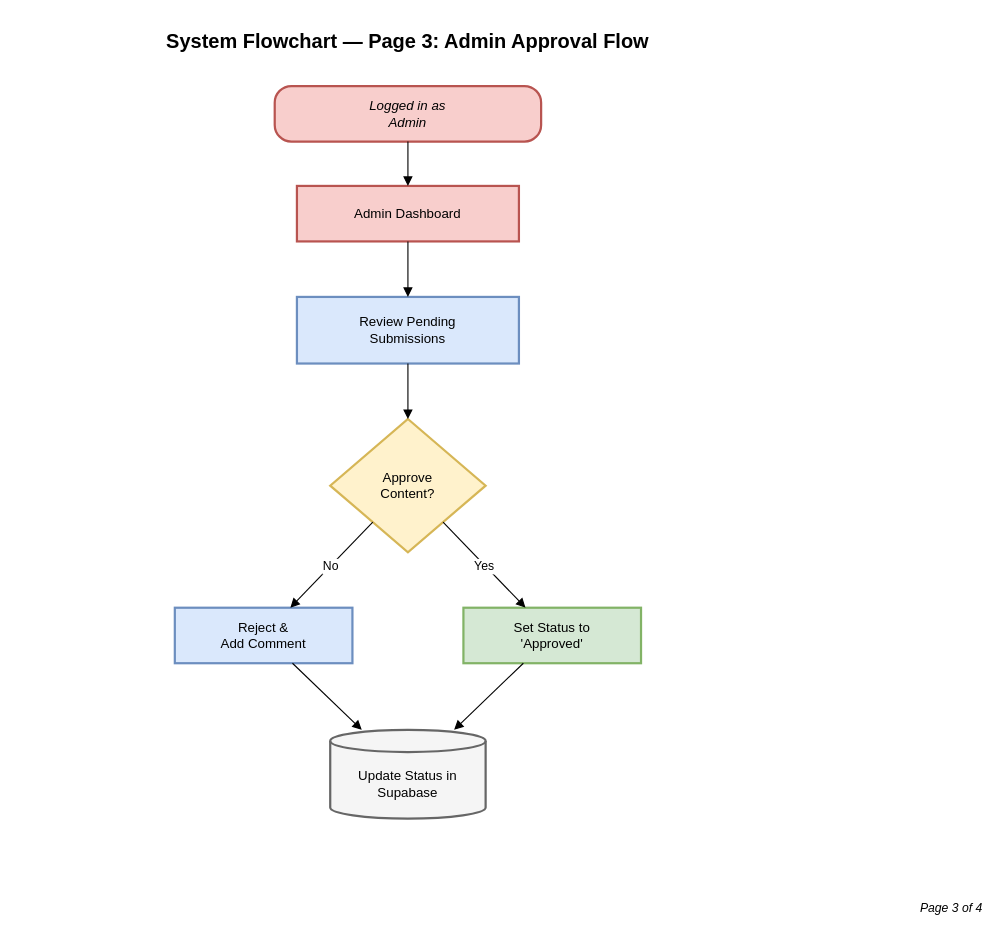
jemhakdog/Interactive-Digital-Cultural-Map-and-Local-Tourism-Information-system-for-Mangatarem--Pangasinan keeps this draw.io diagram as page "Page 3 - Admin Approval Flow" (3 of 4) of docs/diagrams/flowchart_ppt.drawio. Above is the earlier version. Source tidied: cells renumbered, new cells numbered last; positions are measured from the earlier drawing's top-left corner, leaving out a move shared by most shapes. Both pictures are drawn from the tidied source at 111%, with x=0, y=0 at pixel (19, 19).
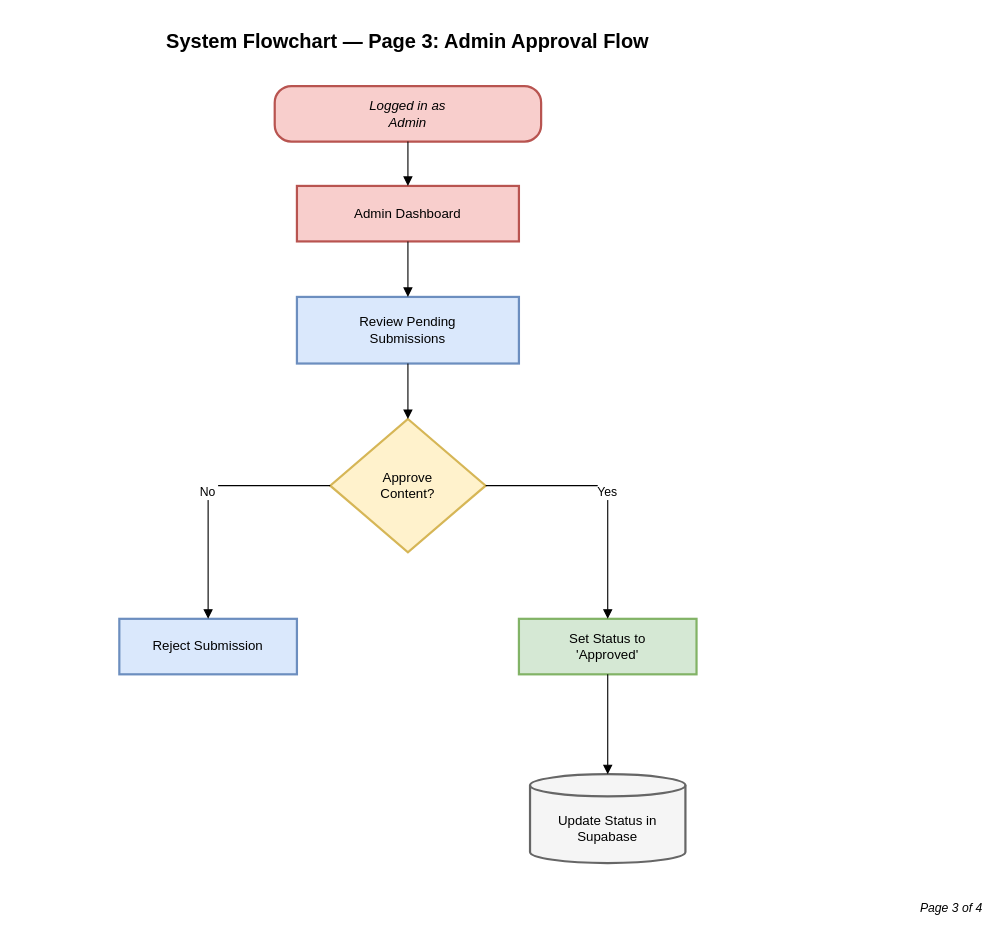
Above is the later version.

What changed in the source:
```diff
@@
 <mxGraphModel>
   <root>
     <mxCell id="0" />
     <mxCell id="1" parent="0" />
     <mxCell id="2" value="System Flowchart — Page 3: Admin Approval Flow" style="text;html=1;fontSize=18;fontStyle=1;align=center;verticalAlign=middle;whiteSpace=wrap;fontColor=#000000;" parent="1" vertex="1">
       <mxGeometry width="700" height="40" as="geometry" />
     </mxCell>
     <mxCell id="3" value="Logged in as&#10;Admin" style="rounded=1;whiteSpace=wrap;arcSize=30;strokeWidth=2;fillColor=#f8cecc;strokeColor=#b85450;fontStyle=2;fontColor=#000000;" parent="1" vertex="1">
       <mxGeometry x="230" y="60" width="240" height="50" as="geometry" />
     </mxCell>
     <mxCell id="4" value="Admin Dashboard" style="whiteSpace=wrap;strokeWidth=2;fillColor=#f8cecc;strokeColor=#b85450;fontColor=#000000;" parent="1" vertex="1">
       <mxGeometry x="250" y="150" width="200" height="50" as="geometry" />
     </mxCell>
     <mxCell id="5" style="startArrow=none;endArrow=block;rounded=0;fontColor=#000000;" parent="1" edge="1" source="3" target="4">
       <mxGeometry relative="1" as="geometry" />
     </mxCell>
     <mxCell id="6" value="Review Pending&#10;Submissions" style="whiteSpace=wrap;strokeWidth=2;fillColor=#dae8fc;strokeColor=#6c8ebf;fontColor=#000000;" parent="1" vertex="1">
       <mxGeometry x="250" y="250" width="200" height="60" as="geometry" />
     </mxCell>
     <mxCell id="7" style="startArrow=none;endArrow=block;rounded=0;fontColor=#000000;" parent="1" edge="1" source="4" target="6">
       <mxGeometry relative="1" as="geometry" />
     </mxCell>
     <mxCell id="8" value="Approve&#10;Content?" style="rhombus;strokeWidth=2;whiteSpace=wrap;fillColor=#fff2cc;strokeColor=#d6b656;fontColor=#000000;" parent="1" vertex="1">
       <mxGeometry x="280" y="360" width="140" height="120" as="geometry" />
     </mxCell>
     <mxCell id="9" style="startArrow=none;endArrow=block;rounded=0;fontColor=#000000;" parent="1" edge="1" source="6" target="8">
       <mxGeometry relative="1" as="geometry" />
     </mxCell>
-    <mxCell id="10" value="Reject &amp;&#10;Add Comment" style="whiteSpace=wrap;strokeWidth=2;fillColor=#dae8fc;strokeColor=#6c8ebf;fontColor=#000000;" parent="1" vertex="1">
-      <mxGeometry x="140" y="530" width="160" height="50" as="geometry" />
+    <mxCell id="10" value="Reject Submission" style="whiteSpace=wrap;strokeWidth=2;fillColor=#dae8fc;strokeColor=#6c8ebf;fontColor=#000000;" parent="1" vertex="1">
+      <mxGeometry x="90" y="540" width="160" height="50" as="geometry" />
     </mxCell>
     <mxCell id="11" value="Set Status to&#10;'Approved'" style="whiteSpace=wrap;strokeWidth=2;fillColor=#d5e8d4;strokeColor=#82b366;fontColor=#000000;" parent="1" vertex="1">
-      <mxGeometry x="400" y="530" width="160" height="50" as="geometry" />
+      <mxGeometry x="450" y="540" width="160" height="50" as="geometry" />
     </mxCell>
-    <mxCell id="12" value="No" style="startArrow=none;endArrow=block;rounded=0;fontColor=#000000;labelBackgroundColor=#ffffff;" parent="1" edge="1" source="8" target="10">
-      <mxGeometry relative="1" as="geometry" />
+    <mxCell id="12" value="No" style="startArrow=none;endArrow=block;rounded=0;fontColor=#000000;labelBackgroundColor=#ffffff;exitX=0;exitY=0.5;exitDx=0;exitDy=0;" parent="1" edge="1" source="8" target="10">
+      <mxGeometry relative="1" as="geometry">
+        <Array as="points">
+          <mxPoint x="170" y="420" />
+        </Array>
+      </mxGeometry>
     </mxCell>
-    <mxCell id="13" value="Yes" style="startArrow=none;endArrow=block;rounded=0;fontColor=#000000;labelBackgroundColor=#ffffff;" parent="1" edge="1" source="8" target="11">
-      <mxGeometry relative="1" as="geometry" />
+    <mxCell id="13" value="Yes" style="startArrow=none;endArrow=block;rounded=0;fontColor=#000000;labelBackgroundColor=#ffffff;exitX=1;exitY=0.5;exitDx=0;exitDy=0;entryX=0.5;entryY=0;entryDx=0;entryDy=0;" parent="1" edge="1" source="8" target="11">
+      <mxGeometry relative="1" as="geometry">
+        <Array as="points">
+          <mxPoint x="530" y="420" />
+        </Array>
+      </mxGeometry>
     </mxCell>
     <mxCell id="14" value="Update Status in&#10;Supabase" style="shape=cylinder3;boundedLbl=1;backgroundOutline=1;size=10;strokeWidth=2;whiteSpace=wrap;fillColor=#f5f5f5;strokeColor=#666666;fontColor=#000000;" parent="1" vertex="1">
-      <mxGeometry x="280" y="640" width="140" height="80" as="geometry" />
+      <mxGeometry x="460" y="680" width="140" height="80" as="geometry" />
     </mxCell>
-    <mxCell id="15" style="startArrow=none;endArrow=block;rounded=0;fontColor=#000000;" parent="1" edge="1" source="10" target="14">
-      <mxGeometry relative="1" as="geometry" />
-    </mxCell>
     <mxCell id="16" style="startArrow=none;endArrow=block;rounded=0;fontColor=#000000;" parent="1" edge="1" source="11" target="14">
       <mxGeometry relative="1" as="geometry" />
     </mxCell>
     <mxCell id="17" value="Page 3 of 4" style="text;html=1;fontSize=11;fontStyle=2;align=right;verticalAlign=bottom;whiteSpace=wrap;fontColor=#000000;" parent="1" vertex="1">
       <mxGeometry x="750" y="780" width="120" height="30" as="geometry" />
     </mxCell>
   </root>
 </mxGraphModel>
```
